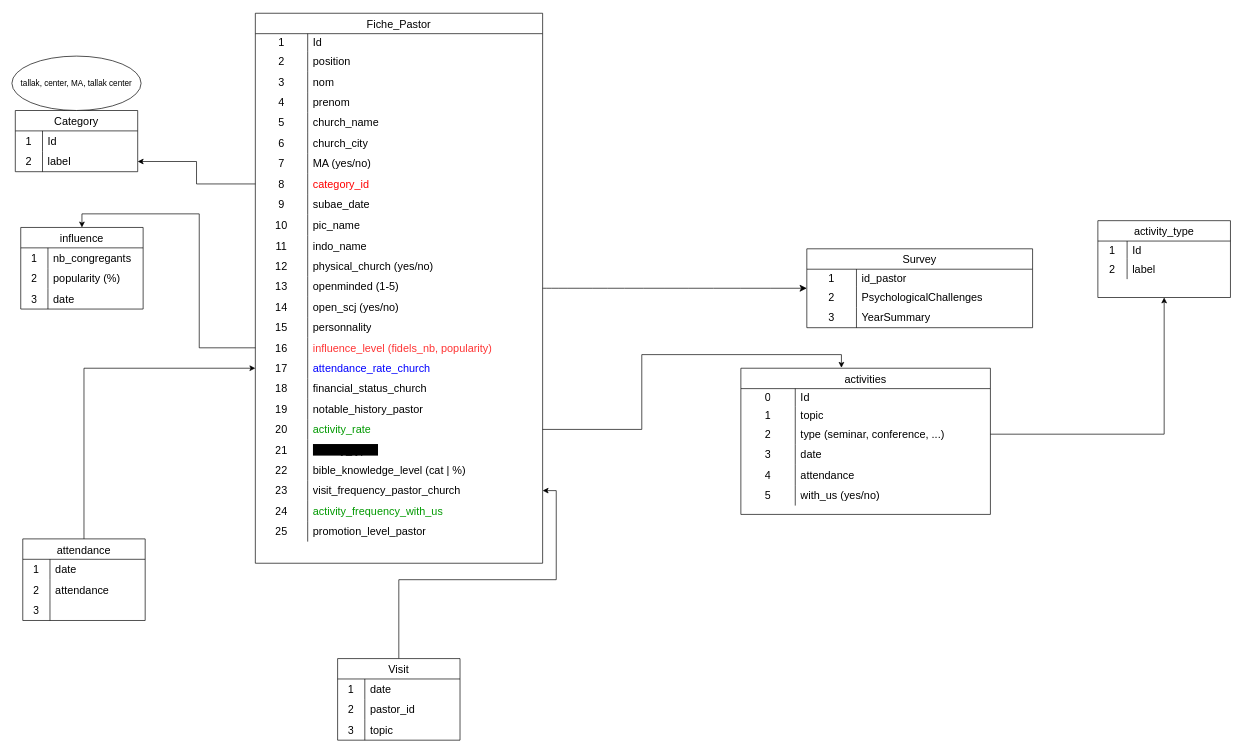
The draw.io diagram DMD_Data_Model.drawio in Jbertrius/dmd_model, before the edit. Source tidied: cells renumbered, new cells numbered last; positions are measured from the earlier drawing's top-left corner, leaving out a move shared by most shapes. Both pictures are drawn from the tidied source at 68%, with x=0, y=0 at pixel (12, 13).
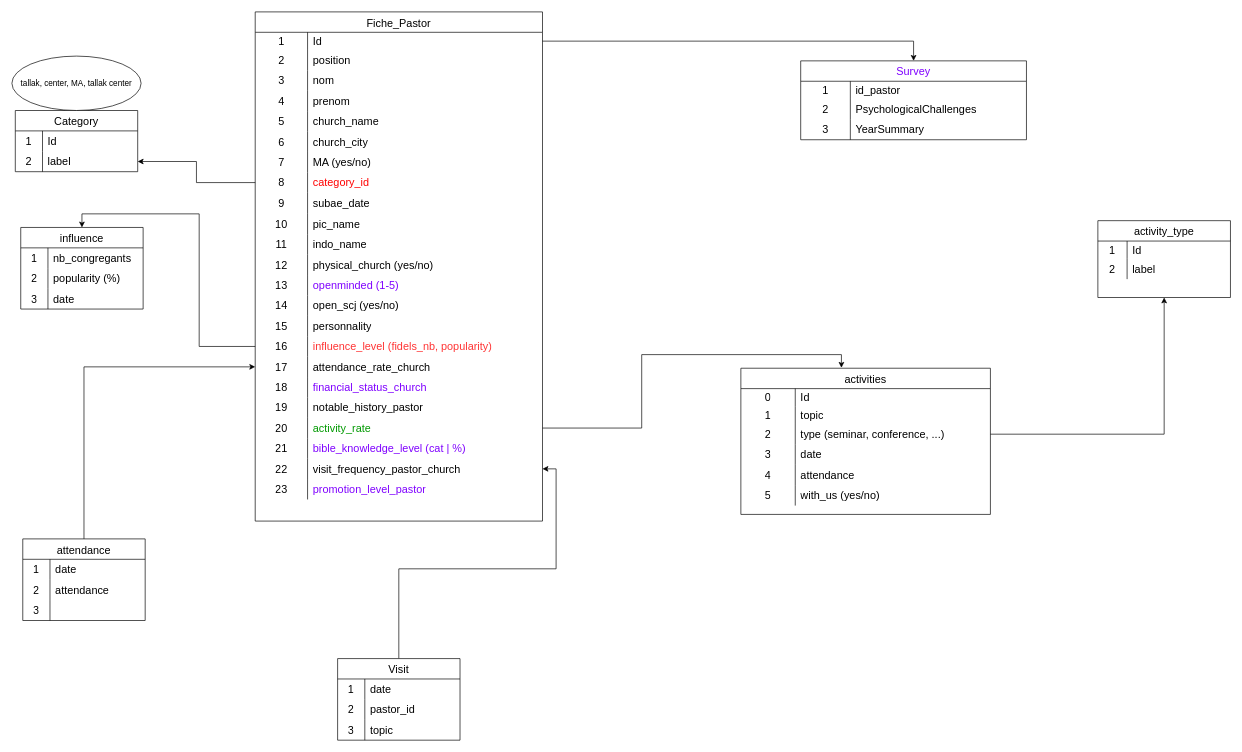
Above is the later version.

Commit message:
Mettre à jour DMD_Data_Model.drawio

Unchanged cells that the change refers to:
```xml
<mxCell id="4" style="shape=tableRow;horizontal=0;startSize=0;swimlaneHead=0;swimlaneBody=0;top=0;left=0;bottom=0;right=0;fillColor=none;points=[[0,0.5],[1,0.5]];portConstraint=eastwest;strokeColor=inherit;fontSize=16;" parent="3" vertex="1">
  <mxGeometry y="30" width="422.5" height="26" as="geometry" />
</mxCell>
<mxCell id="40" style="shape=tableRow;horizontal=0;startSize=0;swimlaneHead=0;swimlaneBody=0;top=0;left=0;bottom=0;right=0;fillColor=none;strokeColor=inherit;fontSize=16;" parent="3" vertex="1">
  <mxGeometry y="387" width="422.5" height="30" as="geometry" />
</mxCell>
<mxCell id="52" style="shape=tableRow;horizontal=0;startSize=0;swimlaneHead=0;swimlaneBody=0;top=0;left=0;bottom=0;right=0;fillColor=none;points=[[0,0.5],[1,0.5]];portConstraint=eastwest;strokeColor=inherit;fontSize=16;" parent="3" vertex="1">
  <mxGeometry y="507" width="422.5" height="30" as="geometry" />
</mxCell>
<mxCell id="55" style="shape=tableRow;horizontal=0;startSize=0;swimlaneHead=0;swimlaneBody=0;top=0;left=0;bottom=0;right=0;fillColor=none;strokeColor=inherit;fontSize=16;" parent="3" vertex="1">
  <mxGeometry y="537" width="422.5" height="30" as="geometry" />
</mxCell>
```

Change to the diagram source:
```diff
@@
-    <mxCell id="2" style="edgeStyle=none;curved=1;rounded=0;jettySize=auto;html=1;fontSize=12;startSize=8;endSize=8;" parent="1" edge="1" source="3" target="79">
-      <mxGeometry relative="1" as="geometry" />
-    </mxCell>
     <mxCell id="3" value="Fiche_Pastor" style="shape=table;startSize=30;childLayout=tableLayout;rowLines=0;fontStyle=0;strokeColor=default;fontSize=16;" parent="1" vertex="1">
-      <mxGeometry x="358" width="422.5" height="808.8" as="geometry" />
+      <mxGeometry x="357.8" y="-2" width="422.5" height="748.8" as="geometry" />
     </mxCell>
@@
-    <mxCell id="42" value="openminded (1-5)" style="shape=partialRectangle;html=1;whiteSpace=wrap;fillColor=none;top=0;left=0;bottom=0;right=0;align=left;spacingLeft=6;overflow=hidden;strokeColor=inherit;fontSize=16;" parent="40" vertex="1">
+    <mxCell id="42" value="openminded (1-5)" style="shape=partialRectangle;html=1;whiteSpace=wrap;fillColor=none;top=0;left=0;bottom=0;right=0;align=left;spacingLeft=6;overflow=hidden;strokeColor=inherit;fontSize=16;fontColor=#7F00FF;" parent="40" vertex="1">
       <mxGeometry x="77" width="346" height="30" as="geometry" />
     </mxCell>
@@
-    <mxCell id="54" value="&lt;font&gt;attendance_rate_church&lt;/font&gt;" style="shape=partialRectangle;html=1;whiteSpace=wrap;fillColor=none;top=0;left=0;bottom=0;right=0;align=left;spacingLeft=6;overflow=hidden;strokeColor=inherit;fontSize=16;fontColor=#0000FF;" parent="52" vertex="1">
+    <mxCell id="54" value="&lt;font&gt;attendance_rate_church&lt;/font&gt;" style="shape=partialRectangle;html=1;whiteSpace=wrap;fillColor=none;top=0;left=0;bottom=0;right=0;align=left;spacingLeft=6;overflow=hidden;strokeColor=inherit;fontSize=16;fontColor=#000000;" parent="52" vertex="1">
       <mxGeometry x="77" width="346" height="30" as="geometry" />
     </mxCell>
@@
-    <mxCell id="57" value="&lt;font color=&quot;#000000&quot;&gt;financial_status_church&lt;/font&gt;" style="shape=partialRectangle;html=1;whiteSpace=wrap;fillColor=none;top=0;left=0;bottom=0;right=0;align=left;spacingLeft=6;overflow=hidden;strokeColor=inherit;fontSize=16;fontColor=#FF3333;" parent="55" vertex="1">
+    <mxCell id="57" value="&lt;font&gt;financial_status_church&lt;/font&gt;" style="shape=partialRectangle;html=1;whiteSpace=wrap;fillColor=none;top=0;left=0;bottom=0;right=0;align=left;spacingLeft=6;overflow=hidden;strokeColor=inherit;fontSize=16;fontColor=#7F00FF;" parent="55" vertex="1">
       <mxGeometry x="77" width="346" height="30" as="geometry" />
     </mxCell>
@@
-    <mxCell id="64" style="shape=tableRow;horizontal=0;startSize=0;swimlaneHead=0;swimlaneBody=0;top=0;left=0;bottom=0;right=0;fillColor=none;strokeColor=inherit;fontSize=16;" parent="3" vertex="1">
-      <mxGeometry y="627" width="422.5" height="30" as="geometry" />
-    </mxCell>
-    <mxCell id="65" value="21" style="shape=partialRectangle;html=1;whiteSpace=wrap;fillColor=none;top=0;left=0;bottom=0;right=0;overflow=hidden;strokeColor=inherit;fontSize=16;" parent="64" vertex="1">
-      <mxGeometry width="77" height="30" as="geometry" />
-    </mxCell>
-    <mxCell id="66" value="&lt;span style=&quot;background-color: rgb(0, 0, 0);&quot;&gt;activity_types&lt;/span&gt;" style="shape=partialRectangle;html=1;whiteSpace=wrap;fillColor=none;top=0;left=0;bottom=0;right=0;align=left;spacingLeft=6;overflow=hidden;strokeColor=inherit;fontSize=16;fontColor=#000000;" parent="64" vertex="1">
-      <mxGeometry x="77" width="346" height="30" as="geometry" />
-    </mxCell>
     <mxCell id="67" style="shape=tableRow;horizontal=0;startSize=0;swimlaneHead=0;swimlaneBody=0;top=0;left=0;bottom=0;right=0;fillColor=none;strokeColor=inherit;fontSize=16;" parent="3" vertex="1">
-      <mxGeometry y="657" width="422.5" height="30" as="geometry" />
+      <mxGeometry y="627" width="422.5" height="30" as="geometry" />
     </mxCell>
-    <mxCell id="68" value="22" style="shape=partialRectangle;html=1;whiteSpace=wrap;fillColor=none;top=0;left=0;bottom=0;right=0;overflow=hidden;strokeColor=inherit;fontSize=16;" parent="67" vertex="1">
+    <mxCell id="68" value="21" style="shape=partialRectangle;html=1;whiteSpace=wrap;fillColor=none;top=0;left=0;bottom=0;right=0;overflow=hidden;strokeColor=inherit;fontSize=16;" parent="67" vertex="1">
       <mxGeometry width="77" height="30" as="geometry" />
     </mxCell>
-    <mxCell id="69" value="bible_knowledge_level (cat | %)" style="shape=partialRectangle;html=1;whiteSpace=wrap;fillColor=none;top=0;left=0;bottom=0;right=0;align=left;spacingLeft=6;overflow=hidden;strokeColor=inherit;fontSize=16;fontColor=#000000;" parent="67" vertex="1">
+    <mxCell id="69" value="bible_knowledge_level (cat | %)" style="shape=partialRectangle;html=1;whiteSpace=wrap;fillColor=none;top=0;left=0;bottom=0;right=0;align=left;spacingLeft=6;overflow=hidden;strokeColor=inherit;fontSize=16;fontColor=#7F00FF;" parent="67" vertex="1">
       <mxGeometry x="77" width="346" height="30" as="geometry" />
     </mxCell>
     <mxCell id="70" style="shape=tableRow;horizontal=0;startSize=0;swimlaneHead=0;swimlaneBody=0;top=0;left=0;bottom=0;right=0;fillColor=none;points=[[0,0.5],[1,0.5]];portConstraint=eastwest;strokeColor=inherit;fontSize=16;" parent="3" vertex="1">
-      <mxGeometry y="687" width="422.5" height="30" as="geometry" />
+      <mxGeometry y="657" width="422.5" height="30" as="geometry" />
     </mxCell>
-    <mxCell id="71" value="23" style="shape=partialRectangle;html=1;whiteSpace=wrap;fillColor=none;top=0;left=0;bottom=0;right=0;overflow=hidden;strokeColor=inherit;fontSize=16;" parent="70" vertex="1">
+    <mxCell id="71" value="22" style="shape=partialRectangle;html=1;whiteSpace=wrap;fillColor=none;top=0;left=0;bottom=0;right=0;overflow=hidden;strokeColor=inherit;fontSize=16;" parent="70" vertex="1">
       <mxGeometry width="77" height="30" as="geometry" />
     </mxCell>
@@
-    <mxCell id="73" style="shape=tableRow;horizontal=0;startSize=0;swimlaneHead=0;swimlaneBody=0;top=0;left=0;bottom=0;right=0;fillColor=none;strokeColor=inherit;fontSize=16;" parent="3" vertex="1">
-      <mxGeometry y="717" width="422.5" height="30" as="geometry" />
-    </mxCell>
-    <mxCell id="74" value="24" style="shape=partialRectangle;html=1;whiteSpace=wrap;fillColor=none;top=0;left=0;bottom=0;right=0;overflow=hidden;strokeColor=inherit;fontSize=16;" parent="73" vertex="1">
-      <mxGeometry width="77" height="30" as="geometry" />
-    </mxCell>
-    <mxCell id="75" value="activity_frequency_with_us" style="shape=partialRectangle;html=1;whiteSpace=wrap;fillColor=none;top=0;left=0;bottom=0;right=0;align=left;spacingLeft=6;overflow=hidden;strokeColor=inherit;fontSize=16;fontColor=#009900;" parent="73" vertex="1">
-      <mxGeometry x="77" width="346" height="30" as="geometry" />
-    </mxCell>
     <mxCell id="76" style="shape=tableRow;horizontal=0;startSize=0;swimlaneHead=0;swimlaneBody=0;top=0;left=0;bottom=0;right=0;fillColor=none;strokeColor=inherit;fontSize=16;" parent="3" vertex="1">
-      <mxGeometry y="747" width="422.5" height="30" as="geometry" />
+      <mxGeometry y="687" width="422.5" height="30" as="geometry" />
     </mxCell>
-    <mxCell id="77" value="25" style="shape=partialRectangle;html=1;whiteSpace=wrap;fillColor=none;top=0;left=0;bottom=0;right=0;overflow=hidden;strokeColor=inherit;fontSize=16;" parent="76" vertex="1">
+    <mxCell id="77" value="23" style="shape=partialRectangle;html=1;whiteSpace=wrap;fillColor=none;top=0;left=0;bottom=0;right=0;overflow=hidden;strokeColor=inherit;fontSize=16;" parent="76" vertex="1">
       <mxGeometry width="77" height="30" as="geometry" />
     </mxCell>
-    <mxCell id="78" value="promotion_level_pastor" style="shape=partialRectangle;html=1;whiteSpace=wrap;fillColor=none;top=0;left=0;bottom=0;right=0;align=left;spacingLeft=6;overflow=hidden;strokeColor=inherit;fontSize=16;fontColor=#000000;" parent="76" vertex="1">
+    <mxCell id="78" value="promotion_level_pastor" style="shape=partialRectangle;html=1;whiteSpace=wrap;fillColor=none;top=0;left=0;bottom=0;right=0;align=left;spacingLeft=6;overflow=hidden;strokeColor=inherit;fontSize=16;fontColor=#7F00FF;" parent="76" vertex="1">
       <mxGeometry x="77" width="346" height="30" as="geometry" />
     </mxCell>
-    <mxCell id="79" value="Survey" style="shape=table;startSize=30;childLayout=tableLayout;rowLines=0;fontStyle=0;strokeColor=default;fontSize=16;" parent="1" vertex="1">
-      <mxGeometry x="1169" y="346.4" width="332" height="116" as="geometry" />
+    <mxCell id="79" value="Survey" style="shape=table;startSize=30;childLayout=tableLayout;rowLines=0;fontStyle=0;strokeColor=default;fontSize=16;fontColor=#7F00FF;" parent="1" vertex="1">
+      <mxGeometry x="1160" y="70" width="332" height="116" as="geometry" />
     </mxCell>
@@
+    <mxCell id="159" style="edgeStyle=orthogonalEdgeStyle;rounded=0;jettySize=auto;html=1;exitX=1;exitY=0.5;exitDx=0;exitDy=0;entryX=0.5;entryY=0;entryDx=0;entryDy=0;" parent="1" edge="1" source="4" target="79">
+      <mxGeometry relative="1" as="geometry" />
+    </mxCell>
```
